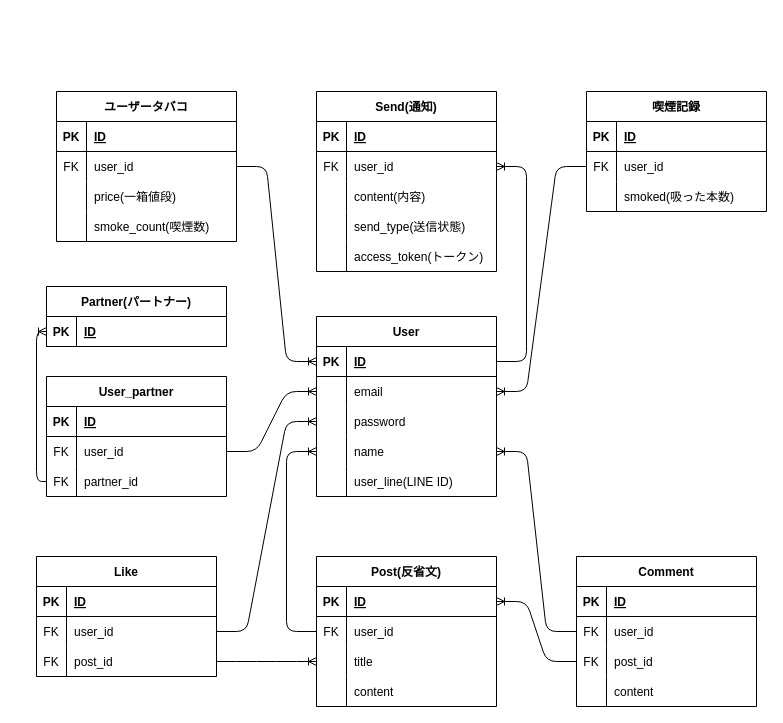
This is ER図.dio from KotaroSakai/web_app, a draw.io file, before an edit. Source tidied: cells renumbered, new cells numbered last; positions are measured from the earlier drawing's top-left corner, leaving out a move shared by most shapes. Both pictures are drawn from the tidied source at 100%, with x=0, y=0 at pixel (36, 91).
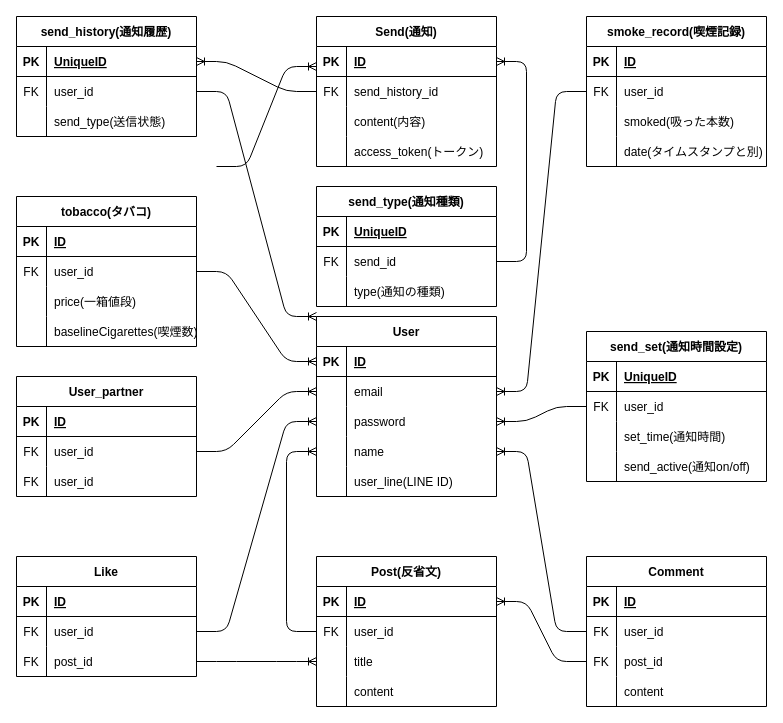
The same diagram, later.

Unchanged cells that the change refers to:
```xml
<mxCell id="2" value="User" style="shape=table;startSize=30;childLayout=tableLayout;rowLines=0;fontStyle=1;align=center;" parent="1" vertex="1">
  <mxGeometry x="280" y="225" width="180" height="180" as="geometry" />
</mxCell>
<mxCell id="9" style="shape=tableRow;horizontal=0;startSize=0;swimlaneHead=0;swimlaneBody=0;fillColor=none;points=[[0,0.5],[1,0.5]];portConstraint=eastwest;top=0;left=0;right=0;bottom=0;" parent="2" vertex="1">
  <mxGeometry y="90" width="180" height="30" as="geometry" />
</mxCell>
<mxCell id="28" style="shape=tableRow;horizontal=0;startSize=0;swimlaneHead=0;swimlaneBody=0;fillColor=none;top=0;left=0;right=0;bottom=0;" parent="18" vertex="1">
  <mxGeometry y="120" width="180" height="30" as="geometry" />
</mxCell>
<mxCell id="78" style="shape=tableRow;horizontal=0;startSize=0;swimlaneHead=0;swimlaneBody=0;fillColor=none;points=[[0,0.5],[1,0.5]];portConstraint=eastwest;top=0;left=0;right=0;bottom=1;" parent="77" vertex="1">
  <mxGeometry y="30" width="180" height="30" as="geometry" />
</mxCell>
<mxCell id="112" style="shape=tableRow;horizontal=0;startSize=0;swimlaneHead=0;swimlaneBody=0;fillColor=none;points=[[0,0.5],[1,0.5]];portConstraint=eastwest;top=0;left=0;right=0;bottom=0;" parent="105" vertex="1">
  <mxGeometry y="90" width="180" height="30" as="geometry" />
</mxCell>
```

The edit, as a diff of the source:
```diff
@@
-    <mxCell id="18" value="ユーザータバコ" style="shape=table;startSize=30;childLayout=tableLayout;rowLines=0;fontStyle=1;align=center;" parent="1" vertex="1">
-      <mxGeometry x="20" width="180" height="150" as="geometry" />
+    <mxCell id="18" value="tobacco(タバコ)" style="shape=table;startSize=30;childLayout=tableLayout;rowLines=0;fontStyle=1;align=center;" parent="1" vertex="1">
+      <mxGeometry x="-20" y="105" width="180" height="150" as="geometry" />
     </mxCell>
@@
-    <mxCell id="30" value="smoke_count(喫煙数)" style="shape=partialRectangle;fillColor=none;top=0;left=0;bottom=0;right=0;align=left;spacingLeft=6;overflow=hidden;" parent="28" vertex="1">
+    <mxCell id="30" value="baselineCigarettes(喫煙数)" style="shape=partialRectangle;fillColor=none;top=0;left=0;bottom=0;right=0;align=left;spacingLeft=6;overflow=hidden;" parent="28" vertex="1">
       <mxGeometry x="30" width="150" height="30" as="geometry" />
     </mxCell>
-    <mxCell id="31" value="喫煙記録" style="shape=table;startSize=30;childLayout=tableLayout;rowLines=0;fontStyle=1;align=center;" parent="1" vertex="1">
-      <mxGeometry x="550" width="180" height="120" as="geometry" />
+    <mxCell id="31" value="smoke_record(喫煙記録)" style="shape=table;startSize=30;childLayout=tableLayout;rowLines=0;fontStyle=1;align=center;" parent="1" vertex="1">
+      <mxGeometry x="550" y="-75" width="180" height="150" as="geometry" />
     </mxCell>
@@
+    <mxCell id="117" style="shape=tableRow;horizontal=0;startSize=0;swimlaneHead=0;swimlaneBody=0;fillColor=none;top=0;left=0;right=0;bottom=0;" parent="31" vertex="1">
+      <mxGeometry y="120" width="180" height="30" as="geometry" />
+    </mxCell>
+    <mxCell id="118" style="shape=partialRectangle;fillColor=none;top=0;left=0;bottom=0;right=0;overflow=hidden;" parent="117" vertex="1">
+      <mxGeometry width="30" height="30" as="geometry" />
+    </mxCell>
+    <mxCell id="119" value="date(タイムスタンプと別)" style="shape=partialRectangle;fillColor=none;top=0;left=0;bottom=0;right=0;align=left;spacingLeft=6;overflow=hidden;" parent="117" vertex="1">
+      <mxGeometry x="30" width="150" height="30" as="geometry" />
+    </mxCell>
@@
     <mxCell id="54" value="Like" style="shape=table;startSize=30;childLayout=tableLayout;rowLines=0;fontStyle=1;align=center;" parent="1" vertex="1">
-      <mxGeometry y="465" width="180" height="120" as="geometry" />
+      <mxGeometry x="-20" y="465" width="180" height="120" as="geometry" />
     </mxCell>
@@
     <mxCell id="64" value="Comment" style="shape=table;startSize=30;childLayout=tableLayout;rowLines=0;fontStyle=1;align=center;" parent="1" vertex="1">
-      <mxGeometry x="540" y="465" width="180" height="150" as="geometry" />
+      <mxGeometry x="550" y="465" width="180" height="150" as="geometry" />
     </mxCell>
@@
     <mxCell id="77" value="Send(通知)" style="shape=table;startSize=30;childLayout=tableLayout;rowLines=0;fontStyle=1;align=center;" parent="1" vertex="1">
-      <mxGeometry x="280" width="180" height="180" as="geometry" />
+      <mxGeometry x="280" y="-75" width="180" height="150" as="geometry" />
     </mxCell>
@@
-    <mxCell id="81" style="shape=tableRow;horizontal=0;startSize=0;swimlaneHead=0;swimlaneBody=0;fillColor=none;points=[[0,0.5],[1,0.5]];portConstraint=eastwest;top=0;left=0;right=0;bottom=0;" parent="77" vertex="1">
-      <mxGeometry y="60" width="180" height="30" as="geometry" />
-    </mxCell>
-    <mxCell id="82" value="FK" style="shape=partialRectangle;fillColor=none;top=0;left=0;bottom=0;right=0;overflow=hidden;" parent="81" vertex="1">
-      <mxGeometry width="30" height="30" as="geometry" />
-    </mxCell>
-    <mxCell id="83" value="user_id" style="shape=partialRectangle;fillColor=none;top=0;left=0;bottom=0;right=0;align=left;spacingLeft=6;overflow=hidden;" parent="81" vertex="1">
-      <mxGeometry x="30" width="150" height="30" as="geometry" />
-    </mxCell>
+    <mxCell id="120" style="shape=tableRow;horizontal=0;startSize=0;swimlaneHead=0;swimlaneBody=0;fillColor=none;points=[[0,0.5],[1,0.5]];portConstraint=eastwest;top=0;left=0;right=0;bottom=0;" parent="77" vertex="1">
+      <mxGeometry y="60" width="180" height="30" as="geometry" />
+    </mxCell>
+    <mxCell id="121" value="FK" style="shape=partialRectangle;fillColor=none;top=0;left=0;bottom=0;right=0;overflow=hidden;" parent="120" vertex="1">
+      <mxGeometry width="30" height="30" as="geometry" />
+    </mxCell>
+    <mxCell id="122" value="send_history_id" style="shape=partialRectangle;fillColor=none;top=0;left=0;bottom=0;right=0;align=left;spacingLeft=6;overflow=hidden;" parent="120" vertex="1">
+      <mxGeometry x="30" width="150" height="30" as="geometry" />
+    </mxCell>
@@
-    <mxCell id="87" style="shape=tableRow;horizontal=0;startSize=0;swimlaneHead=0;swimlaneBody=0;fillColor=none;top=0;left=0;right=0;bottom=0;" parent="77" vertex="1">
-      <mxGeometry y="120" width="180" height="30" as="geometry" />
-    </mxCell>
-    <mxCell id="88" style="shape=partialRectangle;fillColor=none;top=0;left=0;bottom=0;right=0;overflow=hidden;" parent="87" vertex="1">
-      <mxGeometry width="30" height="30" as="geometry" />
-    </mxCell>
-    <mxCell id="89" value="send_type(送信状態)" style="shape=partialRectangle;fillColor=none;top=0;left=0;bottom=0;right=0;align=left;spacingLeft=6;overflow=hidden;" parent="87" vertex="1">
-      <mxGeometry x="30" width="150" height="30" as="geometry" />
-    </mxCell>
     <mxCell id="90" style="shape=tableRow;horizontal=0;startSize=0;swimlaneHead=0;swimlaneBody=0;fillColor=none;top=0;left=0;right=0;bottom=0;" parent="77" vertex="1">
-      <mxGeometry y="150" width="180" height="30" as="geometry" />
+      <mxGeometry y="120" width="180" height="30" as="geometry" />
     </mxCell>
@@
-    <mxCell id="100" style="edgeStyle=entityRelationEdgeStyle;fontSize=12;html=1;endArrow=ERoneToMany;entryX=1;entryY=0.5;entryDx=0;entryDy=0;exitX=1;exitY=0.25;exitDx=0;exitDy=0;" parent="1" edge="1" source="2" target="81">
-      <mxGeometry relative="1" as="geometry" />
-    </mxCell>
-    <mxCell id="101" value="Partner(パートナー)" style="shape=table;startSize=30;childLayout=tableLayout;rowLines=0;fontStyle=1;align=center;" parent="1" vertex="1">
-      <mxGeometry x="10" y="195" width="180" height="60" as="geometry" />
-    </mxCell>
-    <mxCell id="102" style="shape=tableRow;horizontal=0;startSize=0;swimlaneHead=0;swimlaneBody=0;fillColor=none;points=[[0,0.5],[1,0.5]];portConstraint=eastwest;top=0;left=0;right=0;bottom=1;" parent="101" vertex="1">
-      <mxGeometry y="30" width="180" height="30" as="geometry" />
-    </mxCell>
-    <mxCell id="103" value="PK" style="shape=partialRectangle;fillColor=none;top=0;left=0;bottom=0;right=0;fontStyle=1;overflow=hidden;" parent="102" vertex="1">
-      <mxGeometry width="30" height="30" as="geometry" />
-    </mxCell>
-    <mxCell id="104" value="ID" style="shape=partialRectangle;fillColor=none;top=0;left=0;bottom=0;right=0;align=left;spacingLeft=6;fontStyle=5;overflow=hidden;" parent="102" vertex="1">
-      <mxGeometry x="30" width="150" height="30" as="geometry" />
-    </mxCell>
     <mxCell id="105" value="User_partner" style="shape=table;startSize=30;childLayout=tableLayout;rowLines=0;fontStyle=1;align=center;" parent="1" vertex="1">
-      <mxGeometry x="10" y="285" width="180" height="120" as="geometry" />
+      <mxGeometry x="-20" y="285" width="180" height="120" as="geometry" />
     </mxCell>
@@
-    <mxCell id="114" value="partner_id" style="shape=partialRectangle;fillColor=none;top=0;left=0;bottom=0;right=0;align=left;spacingLeft=6;overflow=hidden;" parent="112" vertex="1">
+    <mxCell id="114" value="user_id" style="shape=partialRectangle;fillColor=none;top=0;left=0;bottom=0;right=0;align=left;spacingLeft=6;overflow=hidden;" parent="112" vertex="1">
       <mxGeometry x="30" width="150" height="30" as="geometry" />
     </mxCell>
-    <mxCell id="115" style="fontSize=12;html=1;endArrow=ERoneToMany;entryX=0;entryY=0.5;entryDx=0;entryDy=0;exitX=0;exitY=0.5;exitDx=0;exitDy=0;edgeStyle=orthogonalEdgeStyle;" parent="1" edge="1" source="112" target="102">
-      <mxGeometry relative="1" as="geometry" />
-    </mxCell>
@@
+    <mxCell id="123" value="send_set(通知時間設定)" style="shape=table;startSize=30;childLayout=tableLayout;rowLines=0;fontStyle=1;align=center;" parent="1" vertex="1">
+      <mxGeometry x="550" y="240" width="180" height="150" as="geometry" />
+    </mxCell>
+    <mxCell id="124" style="shape=tableRow;horizontal=0;startSize=0;swimlaneHead=0;swimlaneBody=0;fillColor=none;top=0;left=0;right=0;bottom=1;" parent="123" vertex="1">
+      <mxGeometry y="30" width="180" height="30" as="geometry" />
+    </mxCell>
+    <mxCell id="125" value="PK" style="shape=partialRectangle;fillColor=none;top=0;left=0;bottom=0;right=0;fontStyle=1;overflow=hidden;" parent="124" vertex="1">
+      <mxGeometry width="30" height="30" as="geometry" />
+    </mxCell>
+    <mxCell id="126" value="UniqueID" style="shape=partialRectangle;fillColor=none;top=0;left=0;bottom=0;right=0;align=left;spacingLeft=6;fontStyle=5;overflow=hidden;" parent="124" vertex="1">
+      <mxGeometry x="30" width="150" height="30" as="geometry" />
+    </mxCell>
+    <mxCell id="127" style="shape=tableRow;horizontal=0;startSize=0;swimlaneHead=0;swimlaneBody=0;fillColor=none;points=[[0,0.5],[1,0.5]];portConstraint=eastwest;top=0;left=0;right=0;bottom=0;" parent="123" vertex="1">
+      <mxGeometry y="60" width="180" height="30" as="geometry" />
+    </mxCell>
+    <mxCell id="128" value="FK" style="shape=partialRectangle;fillColor=none;top=0;left=0;bottom=0;right=0;overflow=hidden;" parent="127" vertex="1">
+      <mxGeometry width="30" height="30" as="geometry" />
+    </mxCell>
+    <mxCell id="129" value="user_id" style="shape=partialRectangle;fillColor=none;top=0;left=0;bottom=0;right=0;align=left;spacingLeft=6;overflow=hidden;" parent="127" vertex="1">
+      <mxGeometry x="30" width="150" height="30" as="geometry" />
+    </mxCell>
+    <mxCell id="130" style="shape=tableRow;horizontal=0;startSize=0;swimlaneHead=0;swimlaneBody=0;fillColor=none;top=0;left=0;right=0;bottom=0;" parent="123" vertex="1">
+      <mxGeometry y="90" width="180" height="30" as="geometry" />
+    </mxCell>
+    <mxCell id="131" style="shape=partialRectangle;fillColor=none;top=0;left=0;bottom=0;right=0;overflow=hidden;" parent="130" vertex="1">
+      <mxGeometry width="30" height="30" as="geometry" />
+    </mxCell>
+    <mxCell id="132" value="set_time(通知時間)" style="shape=partialRectangle;fillColor=none;top=0;left=0;bottom=0;right=0;align=left;spacingLeft=6;overflow=hidden;" parent="130" vertex="1">
+      <mxGeometry x="30" width="150" height="30" as="geometry" />
+    </mxCell>
+    <mxCell id="133" style="shape=tableRow;horizontal=0;startSize=0;swimlaneHead=0;swimlaneBody=0;fillColor=none;top=0;left=0;right=0;bottom=0;" parent="123" vertex="1">
+      <mxGeometry y="120" width="180" height="30" as="geometry" />
+    </mxCell>
+    <mxCell id="134" style="shape=partialRectangle;fillColor=none;top=0;left=0;bottom=0;right=0;overflow=hidden;" parent="133" vertex="1">
+      <mxGeometry width="30" height="30" as="geometry" />
+    </mxCell>
+    <mxCell id="135" value="send_active(通知on/off)" style="shape=partialRectangle;fillColor=none;top=0;left=0;bottom=0;right=0;align=left;spacingLeft=6;overflow=hidden;" parent="133" vertex="1">
+      <mxGeometry x="30" width="150" height="30" as="geometry" />
+    </mxCell>
+    <mxCell id="136" style="edgeStyle=entityRelationEdgeStyle;fontSize=12;html=1;endArrow=ERoneToMany;entryX=1;entryY=0.5;entryDx=0;entryDy=0;exitX=0;exitY=0.5;exitDx=0;exitDy=0;" parent="1" edge="1" source="127" target="9">
+      <mxGeometry relative="1" as="geometry" />
+    </mxCell>
+    <mxCell id="137" value="send_history(通知履歴)" style="shape=table;startSize=30;childLayout=tableLayout;rowLines=0;fontStyle=1;align=center;" parent="1" vertex="1">
+      <mxGeometry x="-20" y="-75" width="180" height="120" as="geometry" />
+    </mxCell>
+    <mxCell id="138" style="shape=tableRow;horizontal=0;startSize=0;swimlaneHead=0;swimlaneBody=0;fillColor=none;points=[[0,0.5],[1,0.5]];portConstraint=eastwest;top=0;left=0;right=0;bottom=1;" parent="137" vertex="1">
+      <mxGeometry y="30" width="180" height="30" as="geometry" />
+    </mxCell>
+    <mxCell id="139" value="PK" style="shape=partialRectangle;fillColor=none;top=0;left=0;bottom=0;right=0;fontStyle=1;overflow=hidden;" parent="138" vertex="1">
+      <mxGeometry width="30" height="30" as="geometry" />
+    </mxCell>
+    <mxCell id="140" value="UniqueID" style="shape=partialRectangle;fillColor=none;top=0;left=0;bottom=0;right=0;align=left;spacingLeft=6;fontStyle=5;overflow=hidden;" parent="138" vertex="1">
+      <mxGeometry x="30" width="150" height="30" as="geometry" />
+    </mxCell>
+    <mxCell id="141" style="shape=tableRow;horizontal=0;startSize=0;swimlaneHead=0;swimlaneBody=0;fillColor=none;points=[[0,0.5],[1,0.5]];portConstraint=eastwest;top=0;left=0;right=0;bottom=0;" parent="137" vertex="1">
+      <mxGeometry y="60" width="180" height="30" as="geometry" />
+    </mxCell>
+    <mxCell id="142" value="FK" style="shape=partialRectangle;fillColor=none;top=0;left=0;bottom=0;right=0;overflow=hidden;" parent="141" vertex="1">
+      <mxGeometry width="30" height="30" as="geometry" />
+    </mxCell>
+    <mxCell id="143" value="user_id" style="shape=partialRectangle;fillColor=none;top=0;left=0;bottom=0;right=0;align=left;spacingLeft=6;overflow=hidden;" parent="141" vertex="1">
+      <mxGeometry x="30" width="150" height="30" as="geometry" />
+    </mxCell>
+    <mxCell id="144" style="shape=tableRow;horizontal=0;startSize=0;swimlaneHead=0;swimlaneBody=0;fillColor=none;top=0;left=0;right=0;bottom=0;" parent="137" vertex="1">
+      <mxGeometry y="90" width="180" height="30" as="geometry" />
+    </mxCell>
+    <mxCell id="145" style="shape=partialRectangle;fillColor=none;top=0;left=0;bottom=0;right=0;overflow=hidden;" parent="144" vertex="1">
+      <mxGeometry width="30" height="30" as="geometry" />
+    </mxCell>
+    <mxCell id="89" value="send_type(送信状態)" style="shape=partialRectangle;fillColor=none;top=0;left=0;bottom=0;right=0;align=left;spacingLeft=6;overflow=hidden;" parent="144" vertex="1">
+      <mxGeometry x="30" width="150" height="30" as="geometry" />
+    </mxCell>
+    <mxCell id="146" style="edgeStyle=entityRelationEdgeStyle;fontSize=12;html=1;endArrow=ERoneToMany;exitX=1;exitY=0.5;exitDx=0;exitDy=0;" parent="1" edge="1">
+      <mxGeometry relative="1" as="geometry">
+        <mxPoint x="180" y="75" as="sourcePoint" />
+        <mxPoint x="280" y="-25" as="targetPoint" />
+      </mxGeometry>
+    </mxCell>
+    <mxCell id="147" style="edgeStyle=entityRelationEdgeStyle;fontSize=12;html=1;endArrow=ERoneToMany;exitX=1;exitY=0.5;exitDx=0;exitDy=0;entryX=0;entryY=0;entryDx=0;entryDy=0;" parent="1" edge="1" source="141" target="2">
+      <mxGeometry relative="1" as="geometry" />
+    </mxCell>
+    <mxCell id="148" style="edgeStyle=entityRelationEdgeStyle;fontSize=12;html=1;endArrow=ERoneToMany;entryX=1;entryY=0.5;entryDx=0;entryDy=0;exitX=0;exitY=0.5;exitDx=0;exitDy=0;" parent="1" edge="1" source="120" target="138">
+      <mxGeometry relative="1" as="geometry" />
+    </mxCell>
+    <mxCell id="149" value="send_type(通知種類)" style="shape=table;startSize=30;childLayout=tableLayout;rowLines=0;fontStyle=1;align=center;" parent="1" vertex="1">
+      <mxGeometry x="280" y="95" width="180" height="120" as="geometry" />
+    </mxCell>
+    <mxCell id="150" style="shape=tableRow;horizontal=0;startSize=0;swimlaneHead=0;swimlaneBody=0;fillColor=none;top=0;left=0;right=0;bottom=1;" parent="149" vertex="1">
+      <mxGeometry y="30" width="180" height="30" as="geometry" />
+    </mxCell>
+    <mxCell id="151" value="PK" style="shape=partialRectangle;fillColor=none;top=0;left=0;bottom=0;right=0;fontStyle=1;overflow=hidden;" parent="150" vertex="1">
+      <mxGeometry width="30" height="30" as="geometry" />
+    </mxCell>
+    <mxCell id="152" value="UniqueID" style="shape=partialRectangle;fillColor=none;top=0;left=0;bottom=0;right=0;align=left;spacingLeft=6;fontStyle=5;overflow=hidden;" parent="150" vertex="1">
+      <mxGeometry x="30" width="150" height="30" as="geometry" />
+    </mxCell>
+    <mxCell id="153" style="shape=tableRow;horizontal=0;startSize=0;swimlaneHead=0;swimlaneBody=0;fillColor=none;points=[[0,0.5],[1,0.5]];portConstraint=eastwest;top=0;left=0;right=0;bottom=0;" parent="149" vertex="1">
+      <mxGeometry y="60" width="180" height="30" as="geometry" />
+    </mxCell>
+    <mxCell id="154" value="FK" style="shape=partialRectangle;fillColor=none;top=0;left=0;bottom=0;right=0;overflow=hidden;" parent="153" vertex="1">
+      <mxGeometry width="30" height="30" as="geometry" />
+    </mxCell>
+    <mxCell id="155" value="send_id" style="shape=partialRectangle;fillColor=none;top=0;left=0;bottom=0;right=0;align=left;spacingLeft=6;overflow=hidden;" parent="153" vertex="1">
+      <mxGeometry x="30" width="150" height="30" as="geometry" />
+    </mxCell>
+    <mxCell id="156" style="shape=tableRow;horizontal=0;startSize=0;swimlaneHead=0;swimlaneBody=0;fillColor=none;top=0;left=0;right=0;bottom=0;" parent="149" vertex="1">
+      <mxGeometry y="90" width="180" height="30" as="geometry" />
+    </mxCell>
+    <mxCell id="157" style="shape=partialRectangle;fillColor=none;top=0;left=0;bottom=0;right=0;overflow=hidden;" parent="156" vertex="1">
+      <mxGeometry width="30" height="30" as="geometry" />
+    </mxCell>
+    <mxCell id="158" value="type(通知の種類)" style="shape=partialRectangle;fillColor=none;top=0;left=0;bottom=0;right=0;align=left;spacingLeft=6;overflow=hidden;" parent="156" vertex="1">
+      <mxGeometry x="30" width="150" height="30" as="geometry" />
+    </mxCell>
+    <mxCell id="159" style="edgeStyle=entityRelationEdgeStyle;fontSize=12;html=1;endArrow=ERoneToMany;entryX=1;entryY=0.5;entryDx=0;entryDy=0;exitX=1;exitY=0.5;exitDx=0;exitDy=0;" parent="1" edge="1" source="153" target="78">
+      <mxGeometry relative="1" as="geometry" />
+    </mxCell>
```
